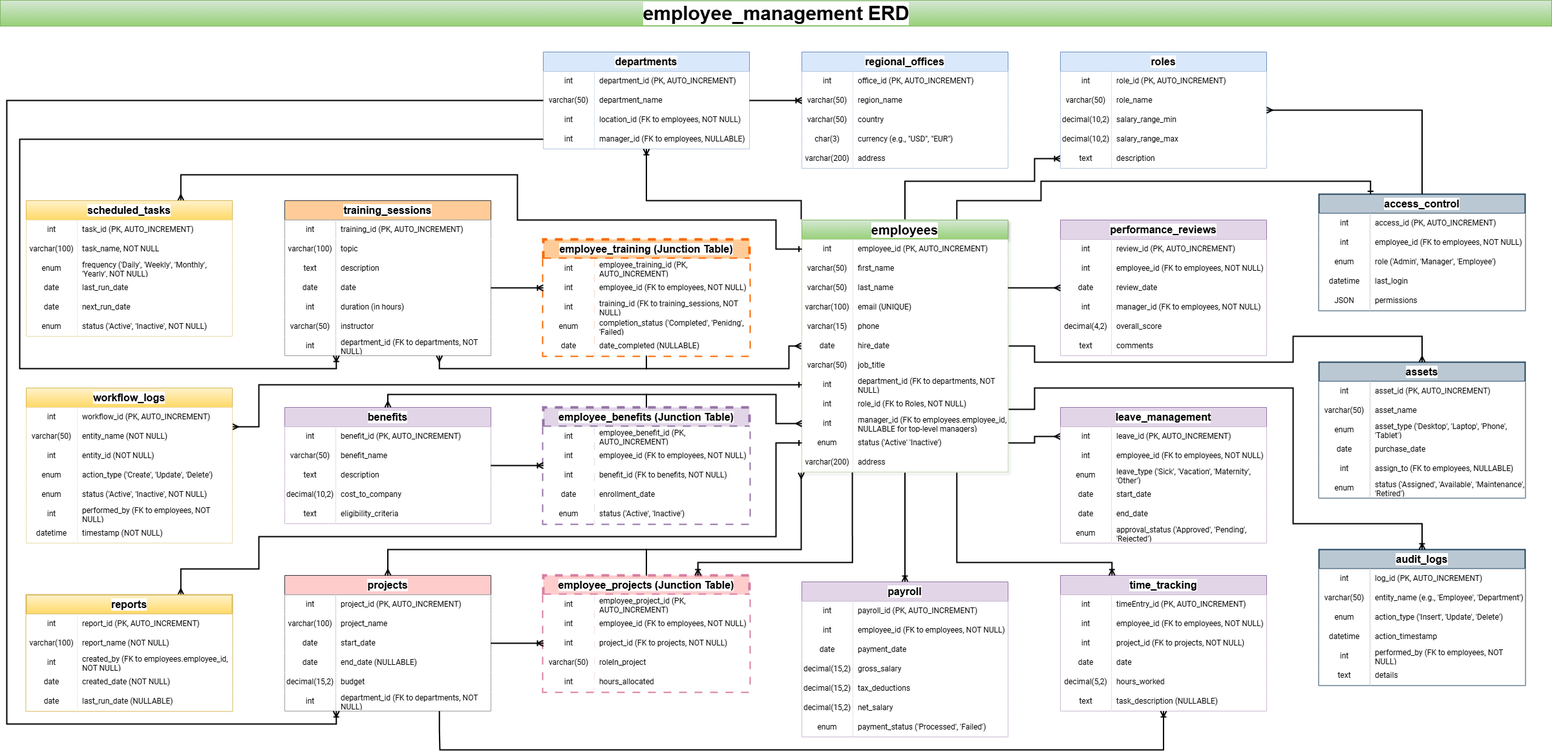
HoneyBunny3/employee-data-management keeps this draw.io diagram as assets/erd/erd-diagram.png. Above is the earlier version. Source tidied: cells renumbered, new cells last; positions are measured from the earlier drawing's top-left corner, leaving out a move shared by most shapes.
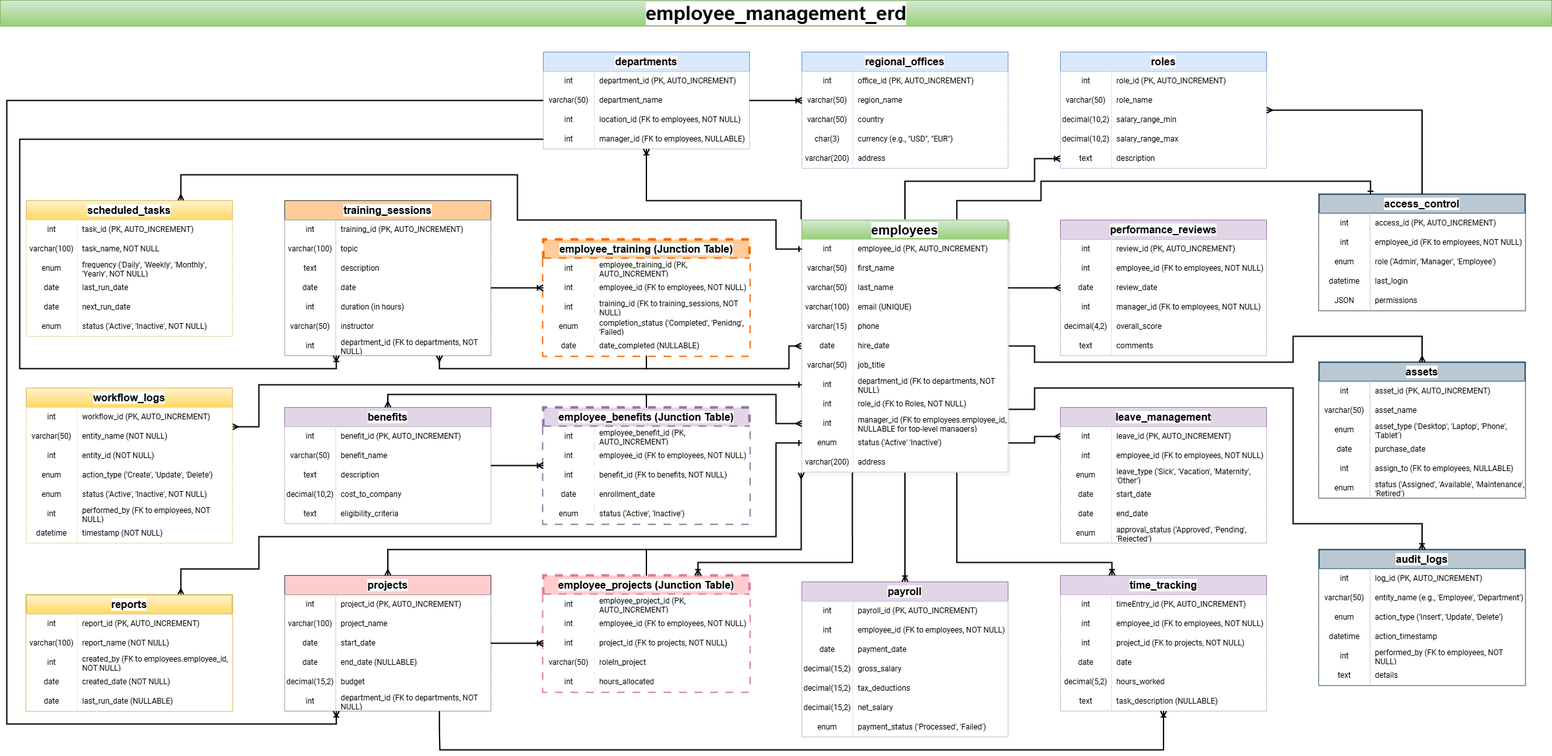
After the change.

The edit, as a diff of the source:
```diff
@@ -2,7 +2,7 @@
   <root>
     <mxCell id="0" />
     <mxCell id="1" parent="0" />
-    <mxCell id="2" value="employee_management ERD" style="text;html=1;fontSize=30;fontStyle=1;verticalAlign=middle;align=center;fillColor=#d5e8d4;strokeColor=#82b366;labelBackgroundColor=default;gradientColor=#97d077;" parent="1" vertex="1">
+    <mxCell id="2" value="employee_management_erd" style="text;html=1;fontSize=30;fontStyle=1;verticalAlign=middle;align=center;fillColor=#d5e8d4;strokeColor=#82b366;labelBackgroundColor=default;gradientColor=#97d077;" parent="1" vertex="1">
       <mxGeometry width="2400" height="40" as="geometry" />
     </mxCell>
     <mxCell id="3" style="edgeStyle=orthogonalEdgeStyle;rounded=0;jettySize=auto;html=1;exitX=1;exitY=0.5;exitDx=0;exitDy=0;entryX=0;entryY=0.5;entryDx=0;entryDy=0;endArrow=ERmany;endFill=0;strokeWidth=2;" parent="1" edge="1" source="37" target="181">
```
